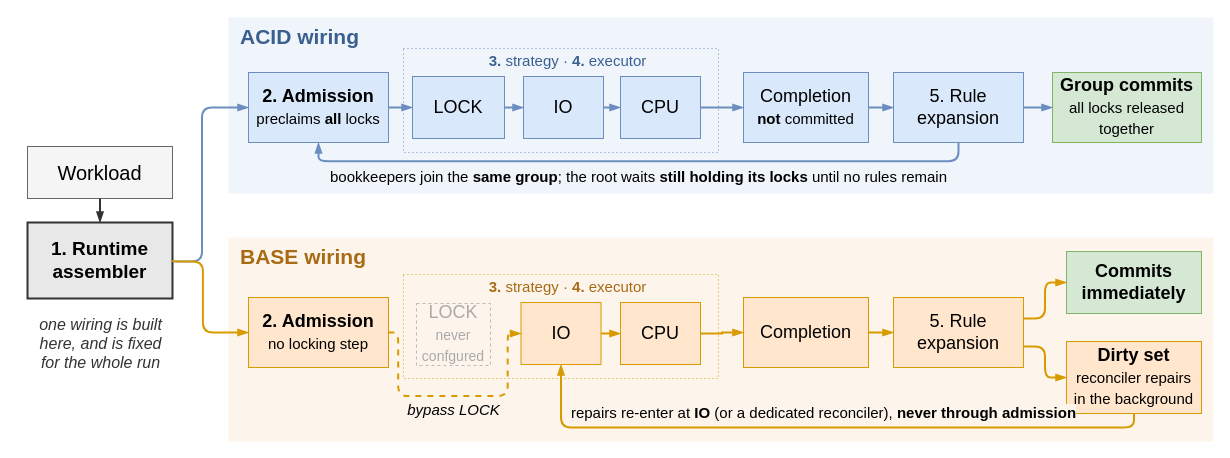
mililika/bachelor-thesis-tum-acid-base-adaptivity keeps this draw.io diagram as figures/fig-received-pipeline.drawio. Above is the earlier version. Source tidied: cells renumbered, new cells numbered last; positions are measured from the earlier drawing's top-left corner, leaving out a move shared by most shapes. Both pictures are drawn from the tidied source at 100%, with x=0, y=0 at pixel (17, 17).
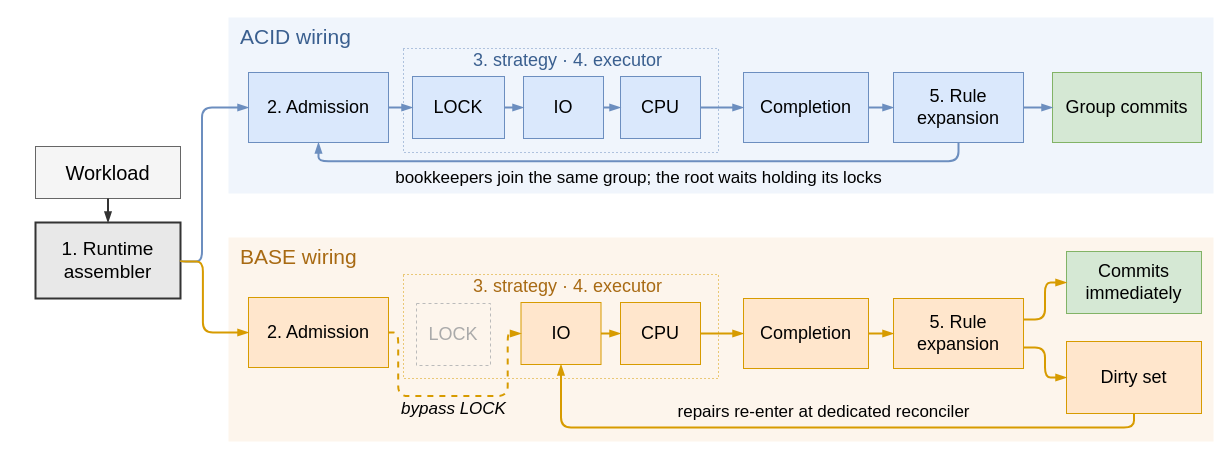
Above is the later version.

Unchanged cells that the change refers to:
```xml
<mxCell id="16" value="&lt;span&gt;5. Rule&lt;br&gt;expansion&lt;/span&gt;" style="rounded=0;whiteSpace=wrap;html=1;fillColor=#dae8fc;strokeColor=#6c8ebf;fontFamily=Helvetica;fontSize=18;fontStyle=0;" parent="1" vertex="1">
  <mxGeometry x="876" y="55" width="130" height="70" as="geometry" />
</mxCell>
```

The edit, as a diff of the source:
```diff
@@
-    <mxCell id="2" style="rounded=0;whiteSpace=wrap;html=1;fillColor=#f0f5fc;strokeColor=none;" parent="1" vertex="1">
+    <mxCell id="2" style="rounded=0;whiteSpace=wrap;html=1;fillColor=#f0f5fc;strokeColor=none;fontStyle=0;" parent="1" vertex="1">
       <mxGeometry x="211" width="985" height="176" as="geometry" />
     </mxCell>
-    <mxCell id="3" style="rounded=0;whiteSpace=wrap;html=1;fillColor=#fdf5ec;strokeColor=none;" parent="1" vertex="1">
+    <mxCell id="3" style="rounded=0;whiteSpace=wrap;html=1;fillColor=#fdf5ec;strokeColor=none;fontStyle=0;" parent="1" vertex="1">
       <mxGeometry x="211" y="220" width="985" height="204" as="geometry" />
     </mxCell>
-    <mxCell id="4" value="&lt;b&gt;ACID wiring&lt;/b&gt;" style="text;html=1;align=left;verticalAlign=middle;fontSize=21;fontColor=#3a5f8f;fontFamily=Helvetica;" parent="1" vertex="1">
+    <mxCell id="4" value="&lt;span&gt;ACID wiring&lt;/span&gt;" style="text;html=1;align=left;verticalAlign=middle;fontSize=21;fontColor=#3a5f8f;fontFamily=Helvetica;fontStyle=0;" parent="1" vertex="1">
       <mxGeometry x="221" y="6" width="180" height="26" as="geometry" />
     </mxCell>
-    <mxCell id="5" value="&lt;b&gt;BASE wiring&lt;/b&gt;" style="text;html=1;align=left;verticalAlign=middle;fontSize=21;fontColor=#a86a13;fontFamily=Helvetica;" parent="1" vertex="1">
+    <mxCell id="5" value="&lt;span&gt;BASE wiring&lt;/span&gt;" style="text;html=1;align=left;verticalAlign=middle;fontSize=21;fontColor=#a86a13;fontFamily=Helvetica;fontStyle=0;" parent="1" vertex="1">
       <mxGeometry x="221" y="226" width="180" height="26" as="geometry" />
     </mxCell>
-    <mxCell id="6" value="Workload" style="rounded=0;whiteSpace=wrap;html=1;fillColor=#f5f5f5;strokeColor=#666666;fontFamily=Helvetica;fontSize=20;" parent="1" vertex="1">
-      <mxGeometry x="10" y="129" width="145" height="52" as="geometry" />
+    <mxCell id="6" value="Workload" style="rounded=0;whiteSpace=wrap;html=1;fillColor=#f5f5f5;strokeColor=#666666;fontFamily=Helvetica;fontSize=20;fontStyle=0;" parent="1" vertex="1">
+      <mxGeometry x="18" y="129" width="145" height="52" as="geometry" />
     </mxCell>
-    <mxCell id="7" value="&lt;b&gt;1. Runtime&lt;br&gt;assembler&lt;/b&gt;" style="rounded=0;whiteSpace=wrap;html=1;fillColor=#e8e8e8;strokeColor=#333333;strokeWidth=2;fontFamily=Helvetica;fontSize=19;" parent="1" vertex="1">
-      <mxGeometry x="10" y="205" width="145" height="76" as="geometry" />
+    <mxCell id="7" value="&lt;span&gt;1. Runtime&lt;br&gt;assembler&lt;/span&gt;" style="rounded=0;whiteSpace=wrap;html=1;fillColor=#e8e8e8;strokeColor=#333333;strokeWidth=2;fontFamily=Helvetica;fontSize=19;fontStyle=0;" parent="1" vertex="1">
+      <mxGeometry x="18" y="205" width="145" height="76" as="geometry" />
     </mxCell>
-    <mxCell id="8" value="&lt;i&gt;one wiring is built&lt;br&gt;here, and is fixed&lt;br&gt;for the whole run&lt;/i&gt;" style="text;html=1;align=center;verticalAlign=top;fontSize=16;fontColor=#333333;fontFamily=Helvetica;" parent="1" vertex="1">
-      <mxGeometry y="291" width="165" height="70" as="geometry" />
-    </mxCell>
-    <mxCell id="9" value="&lt;b&gt;2. Admission&lt;/b&gt;&lt;br&gt;&lt;font style=&quot;font-size: 15px;&quot;&gt;preclaims &lt;b&gt;all&lt;/b&gt; locks&lt;/font&gt;" style="rounded=0;whiteSpace=wrap;html=1;fillColor=#dae8fc;strokeColor=#6c8ebf;fontFamily=Helvetica;fontSize=18;" parent="1" vertex="1">
+    <mxCell id="9" value="&lt;span&gt;2. Admission&lt;/span&gt;" style="rounded=0;whiteSpace=wrap;html=1;fillColor=#dae8fc;strokeColor=#6c8ebf;fontFamily=Helvetica;fontSize=18;fontStyle=0;" parent="1" vertex="1">
       <mxGeometry x="231" y="55" width="140" height="70" as="geometry" />
     </mxCell>
-    <mxCell id="10" style="rounded=0;whiteSpace=wrap;html=1;fillColor=none;strokeColor=#6c8ebf;dashed=1;dashPattern=1 3;" parent="1" vertex="1">
+    <mxCell id="10" style="rounded=0;whiteSpace=wrap;html=1;fillColor=none;strokeColor=#6c8ebf;dashed=1;dashPattern=1 3;fontStyle=0;" parent="1" vertex="1">
       <mxGeometry x="386" y="31" width="315" height="104" as="geometry" />
     </mxCell>
-    <mxCell id="11" value="&lt;font style=&quot;font-size: 15px;&quot;&gt;&lt;b&gt;3.&lt;/b&gt; strategy · &lt;b&gt;4.&lt;/b&gt;&amp;nbsp;executor&lt;/font&gt;" style="text;html=1;align=center;verticalAlign=middle;fontSize=15;fontColor=#3a5f8f;fontFamily=Helvetica;" parent="1" vertex="1">
+    <mxCell id="11" value="&lt;font&gt;&lt;span&gt;3.&lt;/span&gt; strategy · &lt;span&gt;4.&lt;/span&gt;&amp;nbsp;executor&lt;/font&gt;" style="text;html=1;align=center;verticalAlign=middle;fontSize=18;fontColor=#3a5f8f;fontFamily=Helvetica;fontStyle=0;" parent="1" vertex="1">
       <mxGeometry x="399" y="33" width="302" height="20" as="geometry" />
     </mxCell>
-    <mxCell id="12" value="LOCK" style="rounded=0;whiteSpace=wrap;html=1;fillColor=#dae8fc;strokeColor=#6c8ebf;fontFamily=Helvetica;fontSize=18;" parent="1" vertex="1">
+    <mxCell id="12" value="LOCK" style="rounded=0;whiteSpace=wrap;html=1;fillColor=#dae8fc;strokeColor=#6c8ebf;fontFamily=Helvetica;fontSize=18;fontStyle=0;" parent="1" vertex="1">
       <mxGeometry x="395" y="59" width="92" height="62" as="geometry" />
     </mxCell>
-    <mxCell id="13" value="IO" style="rounded=0;whiteSpace=wrap;html=1;fillColor=#dae8fc;strokeColor=#6c8ebf;fontFamily=Helvetica;fontSize=18;" parent="1" vertex="1">
+    <mxCell id="13" value="IO" style="rounded=0;whiteSpace=wrap;html=1;fillColor=#dae8fc;strokeColor=#6c8ebf;fontFamily=Helvetica;fontSize=18;fontStyle=0;" parent="1" vertex="1">
       <mxGeometry x="506" y="59" width="80" height="62" as="geometry" />
     </mxCell>
-    <mxCell id="14" value="CPU" style="rounded=0;whiteSpace=wrap;html=1;fillColor=#dae8fc;strokeColor=#6c8ebf;fontFamily=Helvetica;fontSize=18;" parent="1" vertex="1">
+    <mxCell id="14" value="CPU" style="rounded=0;whiteSpace=wrap;html=1;fillColor=#dae8fc;strokeColor=#6c8ebf;fontFamily=Helvetica;fontSize=18;fontStyle=0;" parent="1" vertex="1">
       <mxGeometry x="603" y="59" width="80" height="62" as="geometry" />
     </mxCell>
-    <mxCell id="15" value="Completion&lt;br&gt;&lt;font style=&quot;font-size: 15px;&quot;&gt;&lt;b&gt;not&lt;/b&gt; committed&lt;/font&gt;" style="rounded=0;whiteSpace=wrap;html=1;fillColor=#dae8fc;strokeColor=#6c8ebf;fontFamily=Helvetica;fontSize=18;" parent="1" vertex="1">
+    <mxCell id="15" value="Completion" style="rounded=0;whiteSpace=wrap;html=1;fillColor=#dae8fc;strokeColor=#6c8ebf;fontFamily=Helvetica;fontSize=18;fontStyle=0;" parent="1" vertex="1">
       <mxGeometry x="726" y="55" width="125" height="70" as="geometry" />
     </mxCell>
@@
-    <mxCell id="17" value="&lt;b&gt;Group commits&lt;/b&gt;&lt;br&gt;&lt;font style=&quot;font-size: 15px;&quot;&gt;all locks released&lt;br&gt;together&lt;/font&gt;" style="rounded=0;whiteSpace=wrap;html=1;fillColor=#d5e8d4;strokeColor=#82b366;fontFamily=Helvetica;fontSize=18;" parent="1" vertex="1">
+    <mxCell id="17" value="&lt;span&gt;Group commits&lt;/span&gt;" style="rounded=0;whiteSpace=wrap;html=1;fillColor=#d5e8d4;strokeColor=#82b366;fontFamily=Helvetica;fontSize=18;fontStyle=0;" parent="1" vertex="1">
       <mxGeometry x="1035" y="55" width="149" height="70" as="geometry" />
     </mxCell>
-    <mxCell id="18" style="edgeStyle=orthogonalEdgeStyle;rounded=0;html=1;endArrow=blockThin;endFill=1;strokeColor=#6c8ebf;strokeWidth=2;" parent="1" edge="1" source="9" target="12">
+    <mxCell id="18" style="edgeStyle=orthogonalEdgeStyle;rounded=0;html=1;endArrow=blockThin;endFill=1;strokeColor=#6c8ebf;strokeWidth=2;fontStyle=0;" parent="1" edge="1" source="9" target="12">
       <mxGeometry relative="1" as="geometry" />
     </mxCell>
-    <mxCell id="19" style="edgeStyle=orthogonalEdgeStyle;rounded=0;html=1;endArrow=blockThin;endFill=1;strokeColor=#6c8ebf;strokeWidth=2;" parent="1" edge="1" source="12" target="13">
+    <mxCell id="19" style="edgeStyle=orthogonalEdgeStyle;rounded=0;html=1;endArrow=blockThin;endFill=1;strokeColor=#6c8ebf;strokeWidth=2;fontStyle=0;" parent="1" edge="1" source="12" target="13">
       <mxGeometry relative="1" as="geometry" />
     </mxCell>
-    <mxCell id="20" style="edgeStyle=orthogonalEdgeStyle;rounded=0;html=1;endArrow=blockThin;endFill=1;strokeColor=#6c8ebf;strokeWidth=2;" parent="1" edge="1" source="13" target="14">
+    <mxCell id="20" style="edgeStyle=orthogonalEdgeStyle;rounded=0;html=1;endArrow=blockThin;endFill=1;strokeColor=#6c8ebf;strokeWidth=2;fontStyle=0;" parent="1" edge="1" source="13" target="14">
       <mxGeometry relative="1" as="geometry" />
     </mxCell>
-    <mxCell id="21" style="edgeStyle=orthogonalEdgeStyle;rounded=0;html=1;endArrow=blockThin;endFill=1;strokeColor=#6c8ebf;strokeWidth=2;" parent="1" edge="1" source="14" target="15">
+    <mxCell id="21" style="edgeStyle=orthogonalEdgeStyle;rounded=0;html=1;endArrow=blockThin;endFill=1;strokeColor=#6c8ebf;strokeWidth=2;fontStyle=0;" parent="1" edge="1" source="14" target="15">
       <mxGeometry relative="1" as="geometry" />
     </mxCell>
-    <mxCell id="22" style="edgeStyle=orthogonalEdgeStyle;rounded=0;html=1;endArrow=blockThin;endFill=1;strokeColor=#6c8ebf;strokeWidth=2;" parent="1" edge="1" source="15" target="16">
+    <mxCell id="22" style="edgeStyle=orthogonalEdgeStyle;rounded=0;html=1;endArrow=blockThin;endFill=1;strokeColor=#6c8ebf;strokeWidth=2;fontStyle=0;" parent="1" edge="1" source="15" target="16">
       <mxGeometry relative="1" as="geometry" />
     </mxCell>
-    <mxCell id="23" style="edgeStyle=orthogonalEdgeStyle;rounded=0;html=1;endArrow=blockThin;endFill=1;strokeColor=#6c8ebf;strokeWidth=2;labelBackgroundColor=#f0f5fc;verticalAlign=bottom;" parent="1" edge="1" source="16" target="17">
+    <mxCell id="23" style="edgeStyle=orthogonalEdgeStyle;rounded=0;html=1;endArrow=blockThin;endFill=1;strokeColor=#6c8ebf;strokeWidth=2;labelBackgroundColor=#f0f5fc;verticalAlign=bottom;fontStyle=0;" parent="1" edge="1" source="16" target="17">
       <mxGeometry relative="1" as="geometry">
         <mxPoint y="-3" as="offset" />
       </mxGeometry>
     </mxCell>
-    <mxCell id="24" value="&lt;font style=&quot;font-size: 15px;&quot;&gt;bookkeepers join the &lt;b&gt;same group&lt;/b&gt;; the root waits &lt;b&gt;still holding its locks&lt;/b&gt; until no rules remain&lt;/font&gt;" style="edgeStyle=orthogonalEdgeStyle;rounded=1;html=1;endArrow=blockThin;endFill=1;strokeColor=#6c8ebf;strokeWidth=2;exitX=0.5;exitY=1;exitDx=0;exitDy=0;entryX=0.5;entryY=1;entryDx=0;entryDy=0;labelBackgroundColor=#f0f5fc;verticalAlign=top;" parent="1" edge="1" source="16" target="9">
+    <mxCell id="24" value="&lt;font style=&quot;font-size: 17px;&quot;&gt;bookkeepers join the same group; the root waits&amp;nbsp;holding its locks&lt;/font&gt;" style="edgeStyle=orthogonalEdgeStyle;rounded=1;html=1;endArrow=blockThin;endFill=1;strokeColor=#6c8ebf;strokeWidth=2;exitX=0.5;exitY=1;exitDx=0;exitDy=0;entryX=0.5;entryY=1;entryDx=0;entryDy=0;labelBackgroundColor=#f0f5fc;verticalAlign=top;fontStyle=0;" parent="1" edge="1" source="16" target="9">
       <mxGeometry relative="1" as="geometry">
         <Array as="points">
           <mxPoint x="941" y="143.7" />
           <mxPoint x="301" y="143.7" />
         </Array>
       </mxGeometry>
     </mxCell>
-    <mxCell id="25" value="&lt;b&gt;2. Admission&lt;/b&gt;&lt;br&gt;&lt;font style=&quot;font-size: 15px;&quot;&gt;no locking step&lt;/font&gt;" style="rounded=0;whiteSpace=wrap;html=1;fillColor=#ffe6cc;strokeColor=#d79b00;fontFamily=Helvetica;fontSize=18;" parent="1" vertex="1">
+    <mxCell id="25" value="&lt;span&gt;2. Admission&lt;/span&gt;" style="rounded=0;whiteSpace=wrap;html=1;fillColor=#ffe6cc;strokeColor=#d79b00;fontFamily=Helvetica;fontSize=18;fontStyle=0;" parent="1" vertex="1">
       <mxGeometry x="231" y="280" width="140" height="70" as="geometry" />
     </mxCell>
-    <mxCell id="26" style="rounded=0;whiteSpace=wrap;html=1;fillColor=none;strokeColor=#d79b00;dashed=1;dashPattern=1 3;" parent="1" vertex="1">
+    <mxCell id="26" style="rounded=0;whiteSpace=wrap;html=1;fillColor=none;strokeColor=#d79b00;dashed=1;dashPattern=1 3;fontStyle=0;" parent="1" vertex="1">
       <mxGeometry x="386" y="257" width="315" height="104" as="geometry" />
     </mxCell>
-    <mxCell id="27" value="&lt;font style=&quot;font-size: 15px;&quot;&gt;&lt;b&gt;3.&lt;/b&gt; strategy · &lt;b&gt;4.&lt;/b&gt;&amp;nbsp;executor&lt;/font&gt;" style="text;html=1;align=center;verticalAlign=middle;fontSize=15;fontColor=#a86a13;fontFamily=Helvetica;" parent="1" vertex="1">
+    <mxCell id="27" value="&lt;font&gt;&lt;span&gt;3.&lt;/span&gt; strategy · &lt;span&gt;4.&lt;/span&gt;&amp;nbsp;executor&lt;/font&gt;" style="text;html=1;align=center;verticalAlign=middle;fontSize=18;fontColor=#a86a13;fontFamily=Helvetica;fontStyle=0;" parent="1" vertex="1">
       <mxGeometry x="399" y="259" width="302" height="20" as="geometry" />
     </mxCell>
-    <mxCell id="28" value="&lt;font color=&quot;#aaaaaa&quot;&gt;LOCK&lt;/font&gt;&lt;div&gt;&lt;font color=&quot;#aaaaaa&quot; style=&quot;font-size: 14px;&quot;&gt;never&lt;/font&gt;&lt;/div&gt;&lt;div&gt;&lt;font color=&quot;#aaaaaa&quot; style=&quot;font-size: 14px;&quot;&gt;confgured&lt;/font&gt;&lt;/div&gt;" style="rounded=0;whiteSpace=wrap;html=1;fillColor=none;strokeColor=#bbbbbb;dashed=1;fontFamily=Helvetica;fontSize=18;" parent="1" vertex="1">
+    <mxCell id="28" value="&lt;font color=&quot;#aaaaaa&quot;&gt;LOCK&lt;/font&gt;" style="rounded=0;whiteSpace=wrap;html=1;fillColor=none;strokeColor=#bbbbbb;dashed=1;fontFamily=Helvetica;fontSize=18;fontStyle=0;" parent="1" vertex="1">
       <mxGeometry x="399" y="286" width="74" height="62" as="geometry" />
     </mxCell>
-    <mxCell id="29" value="IO" style="rounded=0;whiteSpace=wrap;html=1;fillColor=#ffe6cc;strokeColor=#d79b00;fontFamily=Helvetica;fontSize=18;" parent="1" vertex="1">
+    <mxCell id="29" value="IO" style="rounded=0;whiteSpace=wrap;html=1;fillColor=#ffe6cc;strokeColor=#d79b00;fontFamily=Helvetica;fontSize=18;fontStyle=0;" parent="1" vertex="1">
       <mxGeometry x="503.5" y="285" width="80" height="62" as="geometry" />
     </mxCell>
-    <mxCell id="30" value="CPU" style="rounded=0;whiteSpace=wrap;html=1;fillColor=#ffe6cc;strokeColor=#d79b00;fontFamily=Helvetica;fontSize=18;" parent="1" vertex="1">
+    <mxCell id="30" value="CPU" style="rounded=0;whiteSpace=wrap;html=1;fillColor=#ffe6cc;strokeColor=#d79b00;fontFamily=Helvetica;fontSize=18;fontStyle=0;" parent="1" vertex="1">
       <mxGeometry x="603" y="285" width="80" height="62" as="geometry" />
     </mxCell>
-    <mxCell id="31" value="Completion" style="rounded=0;whiteSpace=wrap;html=1;fillColor=#ffe6cc;strokeColor=#d79b00;fontFamily=Helvetica;fontSize=18;" parent="1" vertex="1">
-      <mxGeometry x="726" y="280" width="125" height="70" as="geometry" />
+    <mxCell id="31" value="Completion" style="rounded=0;whiteSpace=wrap;html=1;fillColor=#ffe6cc;strokeColor=#d79b00;fontFamily=Helvetica;fontSize=18;fontStyle=0;" parent="1" vertex="1">
+      <mxGeometry x="726" y="281" width="125" height="70" as="geometry" />
     </mxCell>
     <mxCell id="32" value="&lt;span&gt;5. Rule&lt;br&gt;expansion&lt;/span&gt;" style="rounded=0;whiteSpace=wrap;html=1;fillColor=#ffe6cc;strokeColor=#d79b00;fontFamily=Helvetica;fontSize=18;fontStyle=0;" parent="1" vertex="1">
-      <mxGeometry x="876" y="280" width="130" height="70" as="geometry" />
+      <mxGeometry x="876" y="281" width="130" height="70" as="geometry" />
     </mxCell>
-    <mxCell id="33" value="&lt;b&gt;Commits&lt;br&gt;immediately&lt;/b&gt;" style="rounded=0;whiteSpace=wrap;html=1;fillColor=#d5e8d4;strokeColor=#82b366;fontFamily=Helvetica;fontSize=18;" parent="1" vertex="1">
+    <mxCell id="33" value="&lt;span&gt;Commits&lt;br&gt;immediately&lt;/span&gt;" style="rounded=0;whiteSpace=wrap;html=1;fillColor=#d5e8d4;strokeColor=#82b366;fontFamily=Helvetica;fontSize=18;fontStyle=0;" parent="1" vertex="1">
       <mxGeometry x="1049" y="234" width="135" height="62" as="geometry" />
     </mxCell>
-    <mxCell id="34" value="&lt;b&gt;Dirty set&lt;/b&gt;&lt;br&gt;&lt;font style=&quot;font-size: 15px;&quot;&gt;reconciler repairs&lt;br&gt;in the background&lt;/font&gt;" style="rounded=0;whiteSpace=wrap;html=1;fillColor=#ffe6cc;strokeColor=#d79b00;fontFamily=Helvetica;fontSize=18;" parent="1" vertex="1">
+    <mxCell id="34" value="&lt;span&gt;Dirty set&lt;/span&gt;" style="rounded=0;whiteSpace=wrap;html=1;fillColor=#ffe6cc;strokeColor=#d79b00;fontFamily=Helvetica;fontSize=18;fontStyle=0;" parent="1" vertex="1">
       <mxGeometry x="1049" y="324" width="135" height="72" as="geometry" />
     </mxCell>
-    <mxCell id="35" value="&lt;font style=&quot;font-size: 15px;&quot;&gt;&lt;i&gt;bypass LOCK&lt;/i&gt;&lt;/font&gt;" style="edgeStyle=orthogonalEdgeStyle;rounded=1;html=1;endArrow=blockThin;endFill=1;strokeColor=#d79b00;strokeWidth=2;dashed=1;exitX=1;exitY=0.5;exitDx=0;exitDy=0;entryX=0;entryY=0.5;entryDx=0;entryDy=0;labelBackgroundColor=#fdf5ec;" parent="1" edge="1" source="25" target="29">
+    <mxCell id="35" value="&lt;font style=&quot;font-size: 17px;&quot;&gt;&lt;i style=&quot;&quot;&gt;bypass LOCK&lt;/i&gt;&lt;/font&gt;" style="edgeStyle=orthogonalEdgeStyle;rounded=1;html=1;endArrow=blockThin;endFill=1;strokeColor=#d79b00;strokeWidth=2;dashed=1;exitX=1;exitY=0.5;exitDx=0;exitDy=0;entryX=0;entryY=0.5;entryDx=0;entryDy=0;labelBackgroundColor=#fdf5ec;fontStyle=0;" parent="1" edge="1" source="25" target="29">
       <mxGeometry y="-13" relative="1" as="geometry">
         <Array as="points">
           <mxPoint x="380.7" y="315.1" />
           <mxPoint x="380.7" y="378.6" />
           <mxPoint x="490.2" y="378.6" />
           <mxPoint x="490.2" y="316" />
         </Array>
       </mxGeometry>
     </mxCell>
-    <mxCell id="36" style="edgeStyle=orthogonalEdgeStyle;rounded=0;html=1;endArrow=blockThin;endFill=1;strokeColor=#d79b00;strokeWidth=2;" parent="1" edge="1" source="29" target="30">
+    <mxCell id="36" style="edgeStyle=orthogonalEdgeStyle;rounded=0;html=1;endArrow=blockThin;endFill=1;strokeColor=#d79b00;strokeWidth=2;fontStyle=0;" parent="1" edge="1" source="29" target="30">
       <mxGeometry relative="1" as="geometry" />
     </mxCell>
-    <mxCell id="37" style="edgeStyle=orthogonalEdgeStyle;rounded=0;html=1;endArrow=blockThin;endFill=1;strokeColor=#d79b00;strokeWidth=2;" parent="1" edge="1" source="30" target="31">
+    <mxCell id="37" style="edgeStyle=orthogonalEdgeStyle;rounded=0;html=1;endArrow=blockThin;endFill=1;strokeColor=#d79b00;strokeWidth=2;fontStyle=0;" parent="1" edge="1" source="30" target="31">
       <mxGeometry relative="1" as="geometry" />
     </mxCell>
-    <mxCell id="38" style="edgeStyle=orthogonalEdgeStyle;rounded=0;html=1;endArrow=blockThin;endFill=1;strokeColor=#d79b00;strokeWidth=2;" parent="1" edge="1" source="31" target="32">
+    <mxCell id="38" style="edgeStyle=orthogonalEdgeStyle;rounded=0;html=1;endArrow=blockThin;endFill=1;strokeColor=#d79b00;strokeWidth=2;fontStyle=0;" parent="1" edge="1" source="31" target="32">
       <mxGeometry relative="1" as="geometry" />
     </mxCell>
-    <mxCell id="39" style="edgeStyle=orthogonalEdgeStyle;rounded=1;html=1;endArrow=blockThin;endFill=1;strokeColor=#d79b00;strokeWidth=2;exitX=1;exitY=0.3;exitDx=0;exitDy=0;entryX=0;entryY=0.5;entryDx=0;entryDy=0;" parent="1" edge="1" source="32" target="33">
+    <mxCell id="39" style="edgeStyle=orthogonalEdgeStyle;rounded=1;html=1;endArrow=blockThin;endFill=1;strokeColor=#d79b00;strokeWidth=2;exitX=1;exitY=0.3;exitDx=0;exitDy=0;entryX=0;entryY=0.5;entryDx=0;entryDy=0;fontStyle=0;" parent="1" edge="1" source="32" target="33">
       <mxGeometry relative="1" as="geometry" />
     </mxCell>
-    <mxCell id="40" style="edgeStyle=orthogonalEdgeStyle;rounded=1;html=1;endArrow=blockThin;endFill=1;strokeColor=#d79b00;strokeWidth=2;exitX=1;exitY=0.7;exitDx=0;exitDy=0;entryX=0;entryY=0.5;entryDx=0;entryDy=0;labelBackgroundColor=#fdf5ec;verticalAlign=bottom;" parent="1" edge="1" source="32" target="34">
+    <mxCell id="40" style="edgeStyle=orthogonalEdgeStyle;rounded=1;html=1;endArrow=blockThin;endFill=1;strokeColor=#d79b00;strokeWidth=2;exitX=1;exitY=0.7;exitDx=0;exitDy=0;entryX=0;entryY=0.5;entryDx=0;entryDy=0;labelBackgroundColor=#fdf5ec;verticalAlign=bottom;fontStyle=0;" parent="1" edge="1" source="32" target="34">
       <mxGeometry relative="1" as="geometry">
         <mxPoint y="-2" as="offset" />
       </mxGeometry>
     </mxCell>
-    <mxCell id="41" style="edgeStyle=orthogonalEdgeStyle;rounded=0;html=1;endArrow=blockThin;endFill=1;strokeColor=#333333;strokeWidth=2;exitX=0.5;exitY=1;exitDx=0;exitDy=0;entryX=0.5;entryY=0;entryDx=0;entryDy=0;" parent="1" edge="1" source="6" target="7">
+    <mxCell id="41" style="edgeStyle=orthogonalEdgeStyle;rounded=0;html=1;endArrow=blockThin;endFill=1;strokeColor=#333333;strokeWidth=2;exitX=0.5;exitY=1;exitDx=0;exitDy=0;entryX=0.5;entryY=0;entryDx=0;entryDy=0;fontStyle=0;" parent="1" edge="1" source="6" target="7">
       <mxGeometry relative="1" as="geometry" />
     </mxCell>
-    <mxCell id="42" style="edgeStyle=orthogonalEdgeStyle;rounded=1;html=1;endArrow=blockThin;endFill=1;strokeColor=#6c8ebf;strokeWidth=2;exitX=1;exitY=0.5;exitDx=0;exitDy=0;entryX=0;entryY=0.5;entryDx=0;entryDy=0;" parent="1" edge="1" source="7" target="9">
+    <mxCell id="42" style="edgeStyle=orthogonalEdgeStyle;rounded=1;html=1;endArrow=blockThin;endFill=1;strokeColor=#6c8ebf;strokeWidth=2;exitX=1;exitY=0.5;exitDx=0;exitDy=0;entryX=0;entryY=0.5;entryDx=0;entryDy=0;fontStyle=0;" parent="1" edge="1" source="7" target="9">
       <mxGeometry relative="1" as="geometry">
         <Array as="points">
           <mxPoint x="184.5" y="244" />
           <mxPoint x="184.5" y="90" />
         </Array>
       </mxGeometry>
     </mxCell>
-    <mxCell id="43" style="edgeStyle=orthogonalEdgeStyle;rounded=1;html=1;endArrow=blockThin;endFill=1;strokeColor=#d79b00;strokeWidth=2;exitX=1;exitY=0.5;exitDx=0;exitDy=0;entryX=0;entryY=0.5;entryDx=0;entryDy=0;" parent="1" edge="1" source="7" target="25">
+    <mxCell id="43" style="edgeStyle=orthogonalEdgeStyle;rounded=1;html=1;endArrow=blockThin;endFill=1;strokeColor=#d79b00;strokeWidth=2;exitX=1;exitY=0.5;exitDx=0;exitDy=0;entryX=0;entryY=0.5;entryDx=0;entryDy=0;fontStyle=0;" parent="1" edge="1" source="7" target="25">
       <mxGeometry relative="1" as="geometry">
         <Array as="points">
           <mxPoint x="185.4" y="244" />
           <mxPoint x="185.4" y="315.1" />
         </Array>
       </mxGeometry>
     </mxCell>
-    <mxCell id="44" value="&lt;font style=&quot;font-size: 15px;&quot;&gt;repairs re-enter at &lt;b&gt;IO&lt;/b&gt; (or a dedicated reconciler), &lt;b&gt;never through admission&lt;/b&gt;&lt;/font&gt;" style="edgeStyle=orthogonalEdgeStyle;rounded=1;html=1;endArrow=blockThin;endFill=1;strokeColor=#d79b00;strokeWidth=2;exitX=0.5;exitY=1;exitDx=0;exitDy=0;entryX=0.5;entryY=1;entryDx=0;entryDy=0;labelBackgroundColor=#fdf5ec;verticalAlign=bottom;" parent="1" edge="1" source="34" target="29">
-      <mxGeometry relative="1" as="geometry">
+    <mxCell id="44" value="&lt;font style=&quot;font-size: 17px;&quot;&gt;repairs re-enter at dedicated reconciler&lt;/font&gt;" style="edgeStyle=orthogonalEdgeStyle;rounded=1;html=1;endArrow=blockThin;endFill=1;strokeColor=#d79b00;strokeWidth=2;exitX=0.5;exitY=1;exitDx=0;exitDy=0;entryX=0.5;entryY=1;entryDx=0;entryDy=0;labelBackgroundColor=#fdf5ec;verticalAlign=bottom;fontStyle=0;" parent="1" edge="1" source="34" target="29">
+      <mxGeometry y="-3" relative="1" as="geometry">
         <Array as="points">
           <mxPoint x="1116" y="410" />
           <mxPoint x="543" y="410" />
         </Array>
-        <mxPoint y="-3" as="offset" />
       </mxGeometry>
     </mxCell>
```
